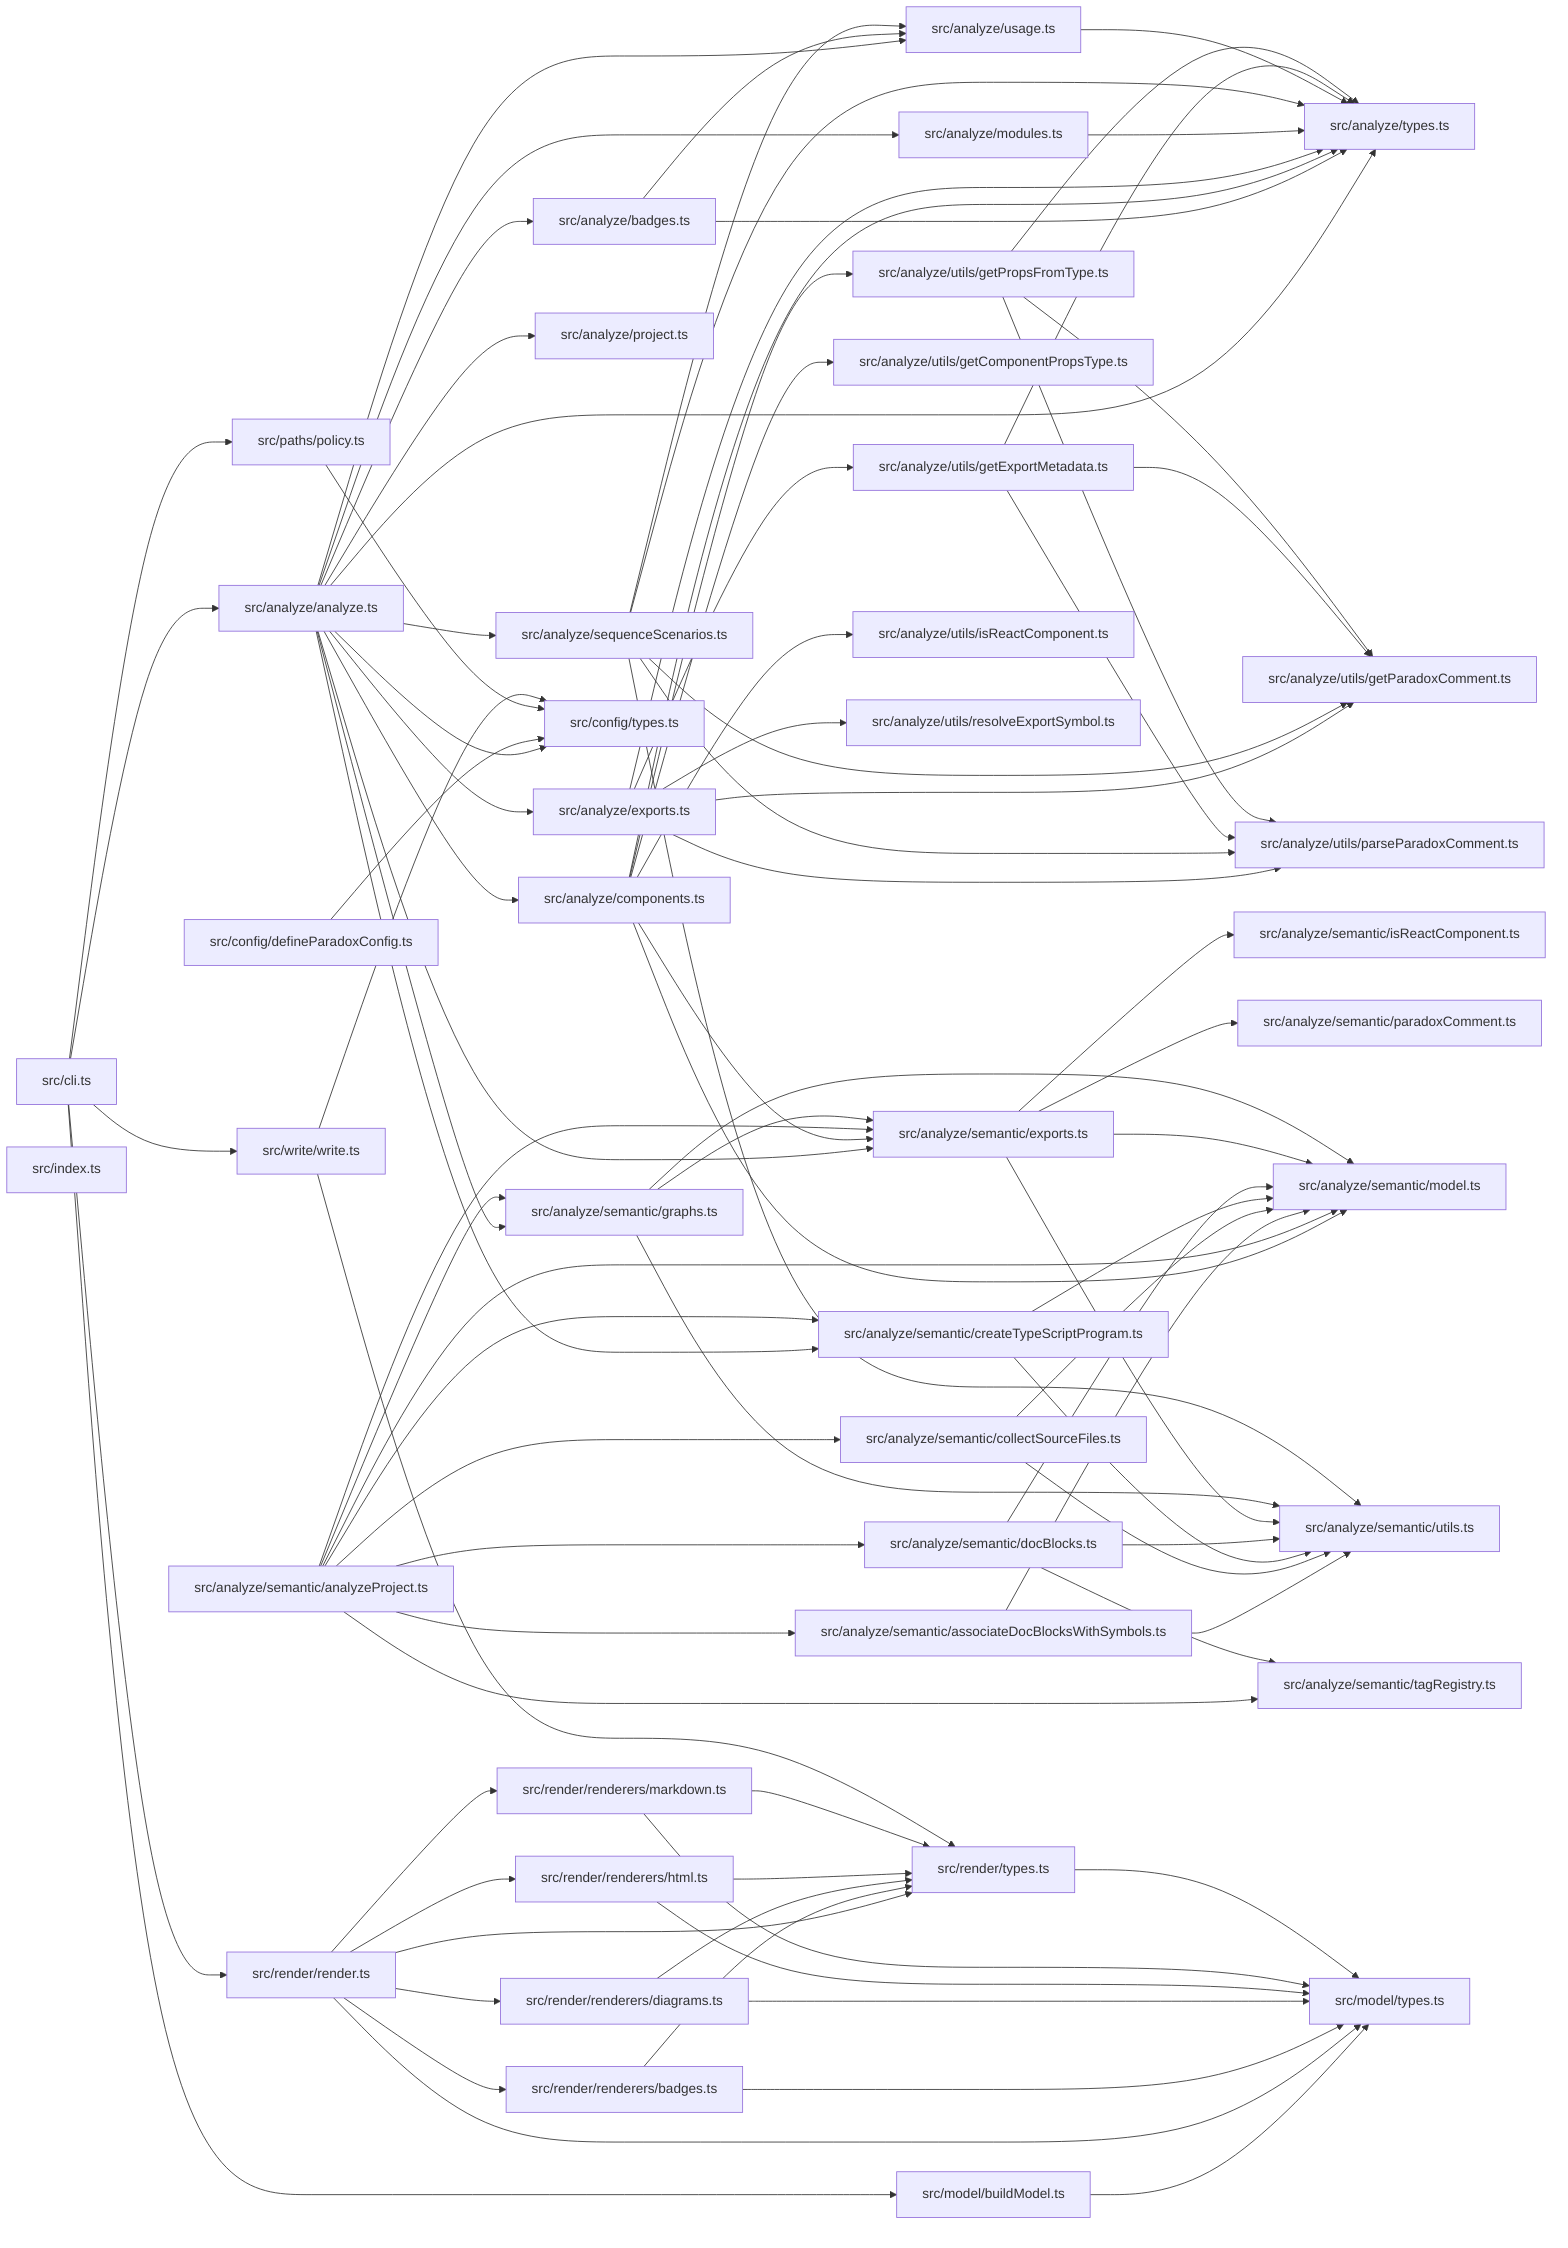
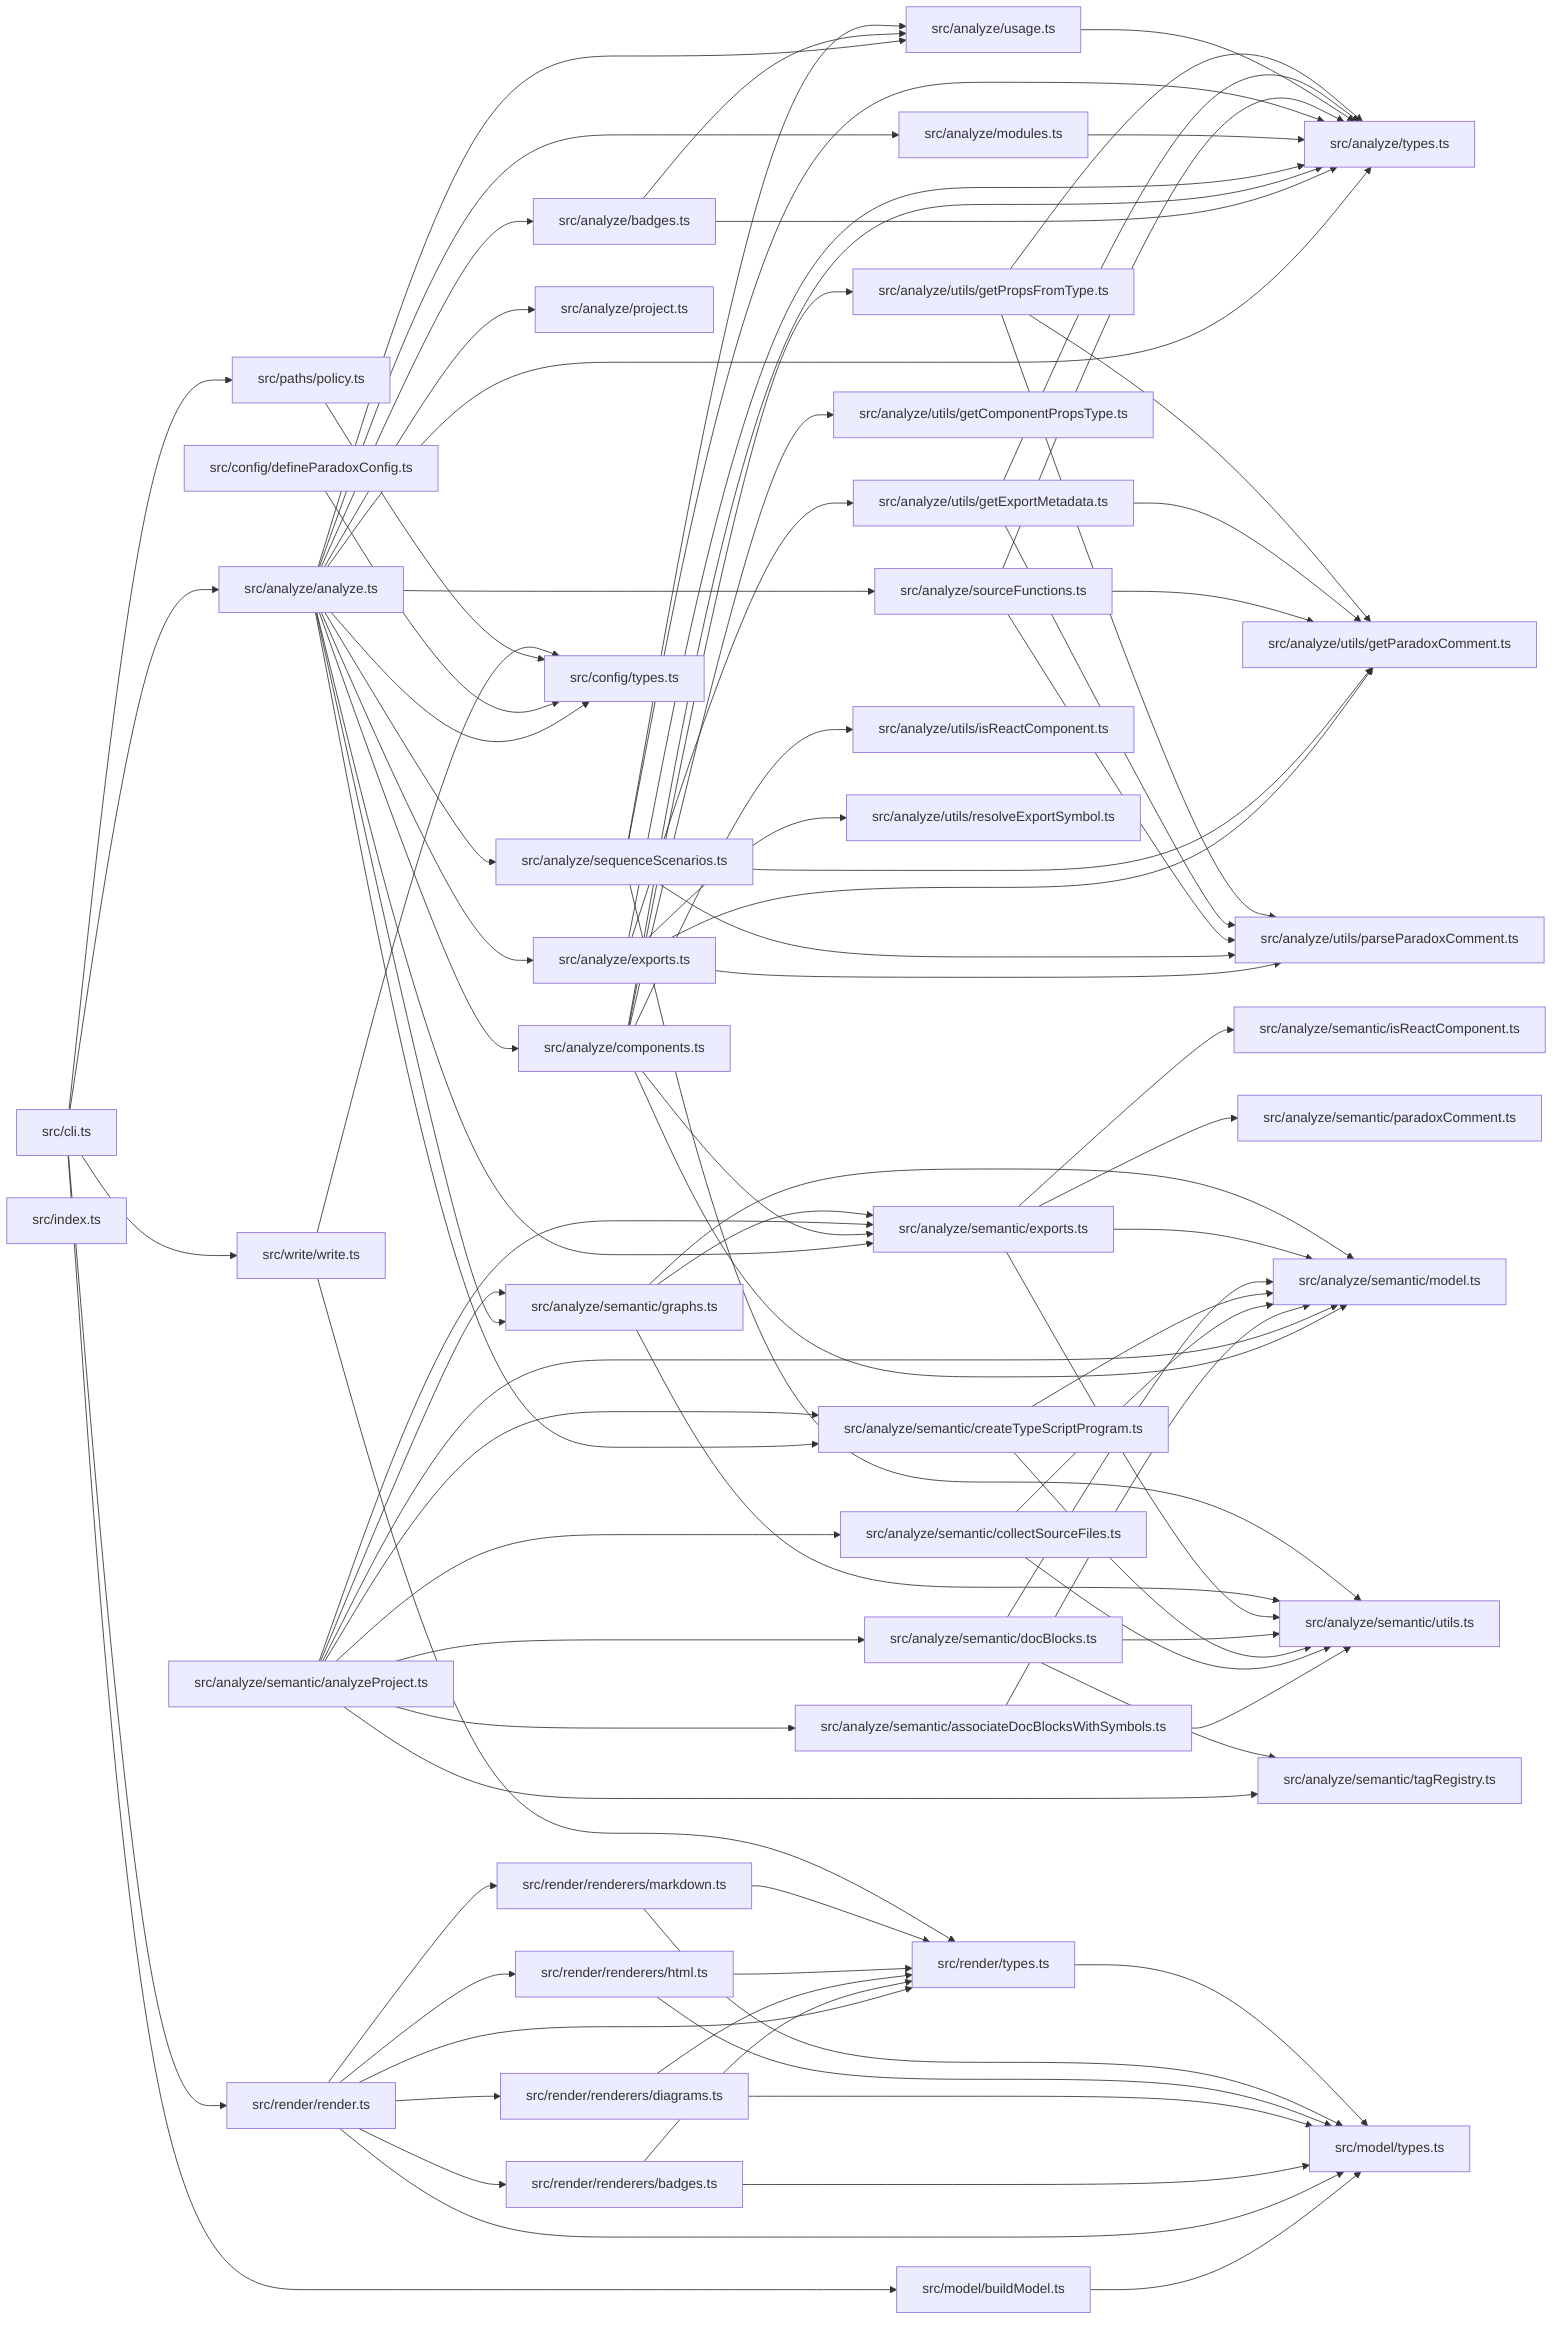
graph LR
  module_src_analyze_analyze_ts["src/analyze/analyze.ts"]
  module_src_analyze_badges_ts["src/analyze/badges.ts"]
  module_src_analyze_components_ts["src/analyze/components.ts"]
  module_src_analyze_exports_ts["src/analyze/exports.ts"]
  module_src_analyze_modules_ts["src/analyze/modules.ts"]
  module_src_analyze_project_ts["src/analyze/project.ts"]
  module_src_analyze_semantic_analyzeProject_ts["src/analyze/semantic/analyzeProject.ts"]
  module_src_analyze_semantic_associateDocBlocksWithSymbols_ts["src/analyze/semantic/associateDocBlocksWithSymbols.ts"]
  module_src_analyze_semantic_collectSourceFiles_ts["src/analyze/semantic/collectSourceFiles.ts"]
  module_src_analyze_semantic_createTypeScriptProgram_ts["src/analyze/semantic/createTypeScriptProgram.ts"]
  module_src_analyze_semantic_docBlocks_ts["src/analyze/semantic/docBlocks.ts"]
  module_src_analyze_semantic_exports_ts["src/analyze/semantic/exports.ts"]
  module_src_analyze_semantic_graphs_ts["src/analyze/semantic/graphs.ts"]
  module_src_analyze_semantic_isReactComponent_ts["src/analyze/semantic/isReactComponent.ts"]
  module_src_analyze_semantic_model_ts["src/analyze/semantic/model.ts"]
  module_src_analyze_semantic_paradoxComment_ts["src/analyze/semantic/paradoxComment.ts"]
  module_src_analyze_semantic_tagRegistry_ts["src/analyze/semantic/tagRegistry.ts"]
  module_src_analyze_semantic_utils_ts["src/analyze/semantic/utils.ts"]
  module_src_analyze_sequenceScenarios_ts["src/analyze/sequenceScenarios.ts"]
+   module_src_analyze_sourceFunctions_ts["src/analyze/sourceFunctions.ts"]
  module_src_analyze_types_ts["src/analyze/types.ts"]
  module_src_analyze_usage_ts["src/analyze/usage.ts"]
  module_src_analyze_utils_getComponentPropsType_ts["src/analyze/utils/getComponentPropsType.ts"]
  module_src_analyze_utils_getExportMetadata_ts["src/analyze/utils/getExportMetadata.ts"]
  module_src_analyze_utils_getParadoxComment_ts["src/analyze/utils/getParadoxComment.ts"]
  module_src_analyze_utils_getPropsFromType_ts["src/analyze/utils/getPropsFromType.ts"]
  module_src_analyze_utils_isReactComponent_ts["src/analyze/utils/isReactComponent.ts"]
  module_src_analyze_utils_parseParadoxComment_ts["src/analyze/utils/parseParadoxComment.ts"]
  module_src_analyze_utils_resolveExportSymbol_ts["src/analyze/utils/resolveExportSymbol.ts"]
  module_src_cli_ts["src/cli.ts"]
  module_src_config_defineParadoxConfig_ts["src/config/defineParadoxConfig.ts"]
  module_src_config_types_ts["src/config/types.ts"]
  module_src_index_ts["src/index.ts"]
  module_src_model_buildModel_ts["src/model/buildModel.ts"]
  module_src_model_types_ts["src/model/types.ts"]
  module_src_paths_policy_ts["src/paths/policy.ts"]
  module_src_render_render_ts["src/render/render.ts"]
  module_src_render_renderers_badges_ts["src/render/renderers/badges.ts"]
  module_src_render_renderers_diagrams_ts["src/render/renderers/diagrams.ts"]
  module_src_render_renderers_html_ts["src/render/renderers/html.ts"]
  module_src_render_renderers_markdown_ts["src/render/renderers/markdown.ts"]
  module_src_render_types_ts["src/render/types.ts"]
  module_src_write_write_ts["src/write/write.ts"]
  module_src_analyze_analyze_ts --> module_src_analyze_badges_ts
  module_src_analyze_analyze_ts --> module_src_analyze_components_ts
  module_src_analyze_analyze_ts --> module_src_analyze_exports_ts
  module_src_analyze_analyze_ts --> module_src_analyze_modules_ts
  module_src_analyze_analyze_ts --> module_src_analyze_project_ts
  module_src_analyze_analyze_ts --> module_src_analyze_semantic_createTypeScriptProgram_ts
  module_src_analyze_analyze_ts --> module_src_analyze_semantic_exports_ts
  module_src_analyze_analyze_ts --> module_src_analyze_semantic_graphs_ts
  module_src_analyze_analyze_ts --> module_src_analyze_sequenceScenarios_ts
+   module_src_analyze_analyze_ts --> module_src_analyze_sourceFunctions_ts
  module_src_analyze_analyze_ts --> module_src_analyze_types_ts
  module_src_analyze_analyze_ts --> module_src_analyze_usage_ts
  module_src_analyze_analyze_ts --> module_src_config_types_ts
  module_src_analyze_badges_ts --> module_src_analyze_types_ts
  module_src_analyze_badges_ts --> module_src_analyze_usage_ts
  module_src_analyze_components_ts --> module_src_analyze_semantic_exports_ts
  module_src_analyze_components_ts --> module_src_analyze_semantic_model_ts
  module_src_analyze_components_ts --> module_src_analyze_types_ts
  module_src_analyze_components_ts --> module_src_analyze_utils_getComponentPropsType_ts
  module_src_analyze_components_ts --> module_src_analyze_utils_getPropsFromType_ts
  module_src_analyze_components_ts --> module_src_analyze_utils_isReactComponent_ts
  module_src_analyze_exports_ts --> module_src_analyze_types_ts
  module_src_analyze_exports_ts --> module_src_analyze_utils_getExportMetadata_ts
  module_src_analyze_exports_ts --> module_src_analyze_utils_getParadoxComment_ts
  module_src_analyze_exports_ts --> module_src_analyze_utils_parseParadoxComment_ts
  module_src_analyze_exports_ts --> module_src_analyze_utils_resolveExportSymbol_ts
  module_src_analyze_modules_ts --> module_src_analyze_types_ts
  module_src_analyze_semantic_analyzeProject_ts --> module_src_analyze_semantic_associateDocBlocksWithSymbols_ts
  module_src_analyze_semantic_analyzeProject_ts --> module_src_analyze_semantic_collectSourceFiles_ts
  module_src_analyze_semantic_analyzeProject_ts --> module_src_analyze_semantic_createTypeScriptProgram_ts
  module_src_analyze_semantic_analyzeProject_ts --> module_src_analyze_semantic_docBlocks_ts
  module_src_analyze_semantic_analyzeProject_ts --> module_src_analyze_semantic_exports_ts
  module_src_analyze_semantic_analyzeProject_ts --> module_src_analyze_semantic_graphs_ts
  module_src_analyze_semantic_analyzeProject_ts --> module_src_analyze_semantic_model_ts
  module_src_analyze_semantic_analyzeProject_ts --> module_src_analyze_semantic_tagRegistry_ts
  module_src_analyze_semantic_associateDocBlocksWithSymbols_ts --> module_src_analyze_semantic_model_ts
  module_src_analyze_semantic_associateDocBlocksWithSymbols_ts --> module_src_analyze_semantic_utils_ts
  module_src_analyze_semantic_collectSourceFiles_ts --> module_src_analyze_semantic_model_ts
  module_src_analyze_semantic_collectSourceFiles_ts --> module_src_analyze_semantic_utils_ts
  module_src_analyze_semantic_createTypeScriptProgram_ts --> module_src_analyze_semantic_model_ts
  module_src_analyze_semantic_createTypeScriptProgram_ts --> module_src_analyze_semantic_utils_ts
  module_src_analyze_semantic_docBlocks_ts --> module_src_analyze_semantic_model_ts
  module_src_analyze_semantic_docBlocks_ts --> module_src_analyze_semantic_tagRegistry_ts
  module_src_analyze_semantic_docBlocks_ts --> module_src_analyze_semantic_utils_ts
  module_src_analyze_semantic_exports_ts --> module_src_analyze_semantic_isReactComponent_ts
  module_src_analyze_semantic_exports_ts --> module_src_analyze_semantic_model_ts
  module_src_analyze_semantic_exports_ts --> module_src_analyze_semantic_paradoxComment_ts
  module_src_analyze_semantic_exports_ts --> module_src_analyze_semantic_utils_ts
  module_src_analyze_semantic_graphs_ts --> module_src_analyze_semantic_exports_ts
  module_src_analyze_semantic_graphs_ts --> module_src_analyze_semantic_model_ts
  module_src_analyze_semantic_graphs_ts --> module_src_analyze_semantic_utils_ts
  module_src_analyze_sequenceScenarios_ts --> module_src_analyze_semantic_utils_ts
  module_src_analyze_sequenceScenarios_ts --> module_src_analyze_types_ts
  module_src_analyze_sequenceScenarios_ts --> module_src_analyze_usage_ts
  module_src_analyze_sequenceScenarios_ts --> module_src_analyze_utils_getParadoxComment_ts
  module_src_analyze_sequenceScenarios_ts --> module_src_analyze_utils_parseParadoxComment_ts
+   module_src_analyze_sourceFunctions_ts --> module_src_analyze_types_ts
+   module_src_analyze_sourceFunctions_ts --> module_src_analyze_utils_getParadoxComment_ts
+   module_src_analyze_sourceFunctions_ts --> module_src_analyze_utils_parseParadoxComment_ts
  module_src_analyze_usage_ts --> module_src_analyze_types_ts
  module_src_analyze_utils_getExportMetadata_ts --> module_src_analyze_types_ts
  module_src_analyze_utils_getExportMetadata_ts --> module_src_analyze_utils_getParadoxComment_ts
  module_src_analyze_utils_getExportMetadata_ts --> module_src_analyze_utils_parseParadoxComment_ts
  module_src_analyze_utils_getPropsFromType_ts --> module_src_analyze_types_ts
  module_src_analyze_utils_getPropsFromType_ts --> module_src_analyze_utils_getParadoxComment_ts
  module_src_analyze_utils_getPropsFromType_ts --> module_src_analyze_utils_parseParadoxComment_ts
  module_src_cli_ts --> module_src_analyze_analyze_ts
  module_src_cli_ts --> module_src_model_buildModel_ts
  module_src_cli_ts --> module_src_paths_policy_ts
  module_src_cli_ts --> module_src_render_render_ts
  module_src_cli_ts --> module_src_write_write_ts
  module_src_config_defineParadoxConfig_ts --> module_src_config_types_ts
  module_src_model_buildModel_ts --> module_src_model_types_ts
  module_src_paths_policy_ts --> module_src_config_types_ts
  module_src_render_render_ts --> module_src_model_types_ts
  module_src_render_render_ts --> module_src_render_renderers_badges_ts
  module_src_render_render_ts --> module_src_render_renderers_diagrams_ts
  module_src_render_render_ts --> module_src_render_renderers_html_ts
  module_src_render_render_ts --> module_src_render_renderers_markdown_ts
  module_src_render_render_ts --> module_src_render_types_ts
  module_src_render_renderers_badges_ts --> module_src_model_types_ts
  module_src_render_renderers_badges_ts --> module_src_render_types_ts
  module_src_render_renderers_diagrams_ts --> module_src_model_types_ts
  module_src_render_renderers_diagrams_ts --> module_src_render_types_ts
  module_src_render_renderers_html_ts --> module_src_model_types_ts
  module_src_render_renderers_html_ts --> module_src_render_types_ts
  module_src_render_renderers_markdown_ts --> module_src_model_types_ts
  module_src_render_renderers_markdown_ts --> module_src_render_types_ts
  module_src_render_types_ts --> module_src_model_types_ts
  module_src_write_write_ts --> module_src_config_types_ts
  module_src_write_write_ts --> module_src_render_types_ts
